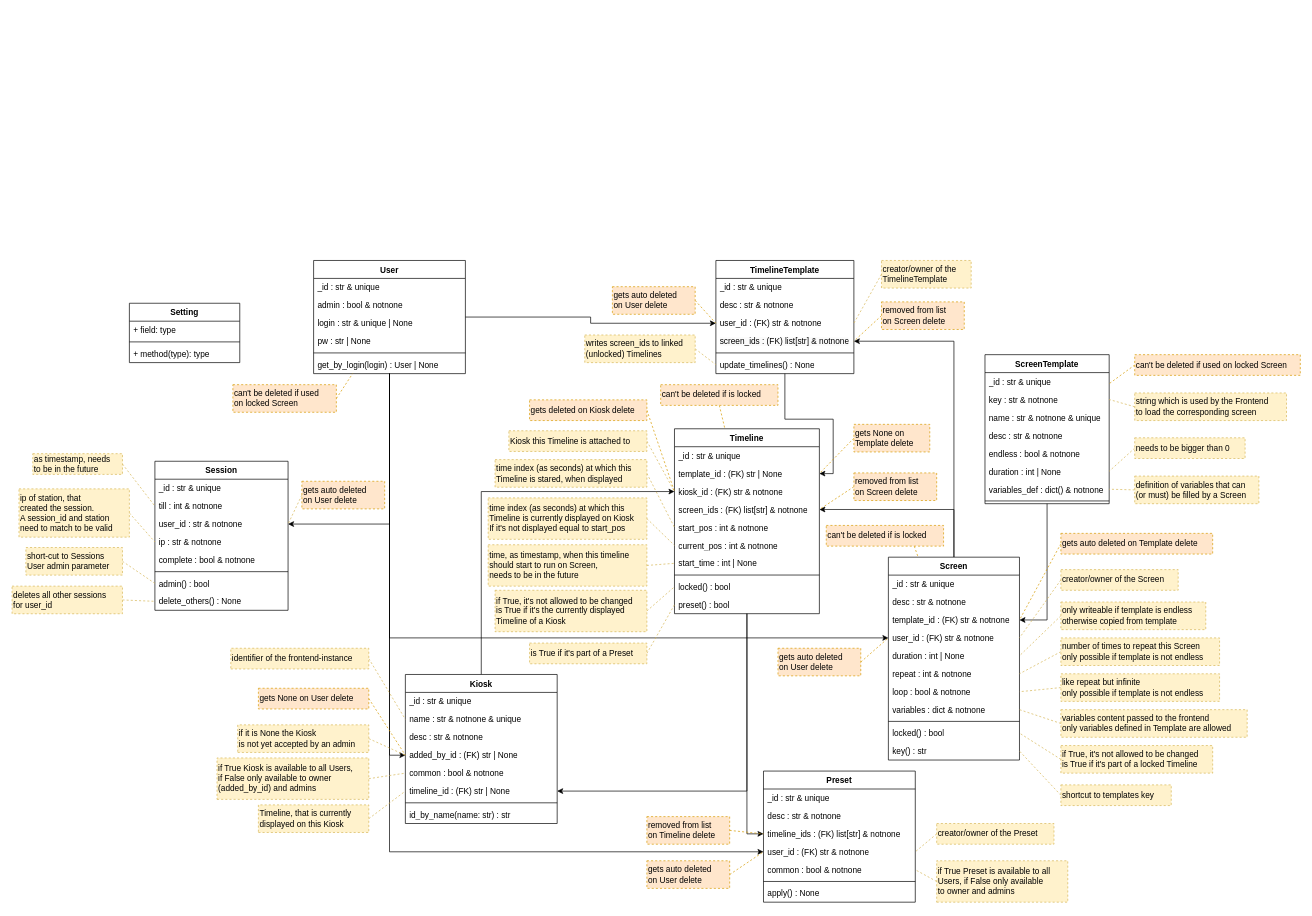
Above: docs/elements.drawio in nlptournament/nlpt-kiosk (draw.io), before the change. Source tidied: cells renumbered, new cells numbered last; positions are measured from the earlier drawing's top-left corner, leaving out a move shared by most shapes. Both pictures are drawn from the tidied source at 69%, with x=0, y=0 at pixel (12, 260).
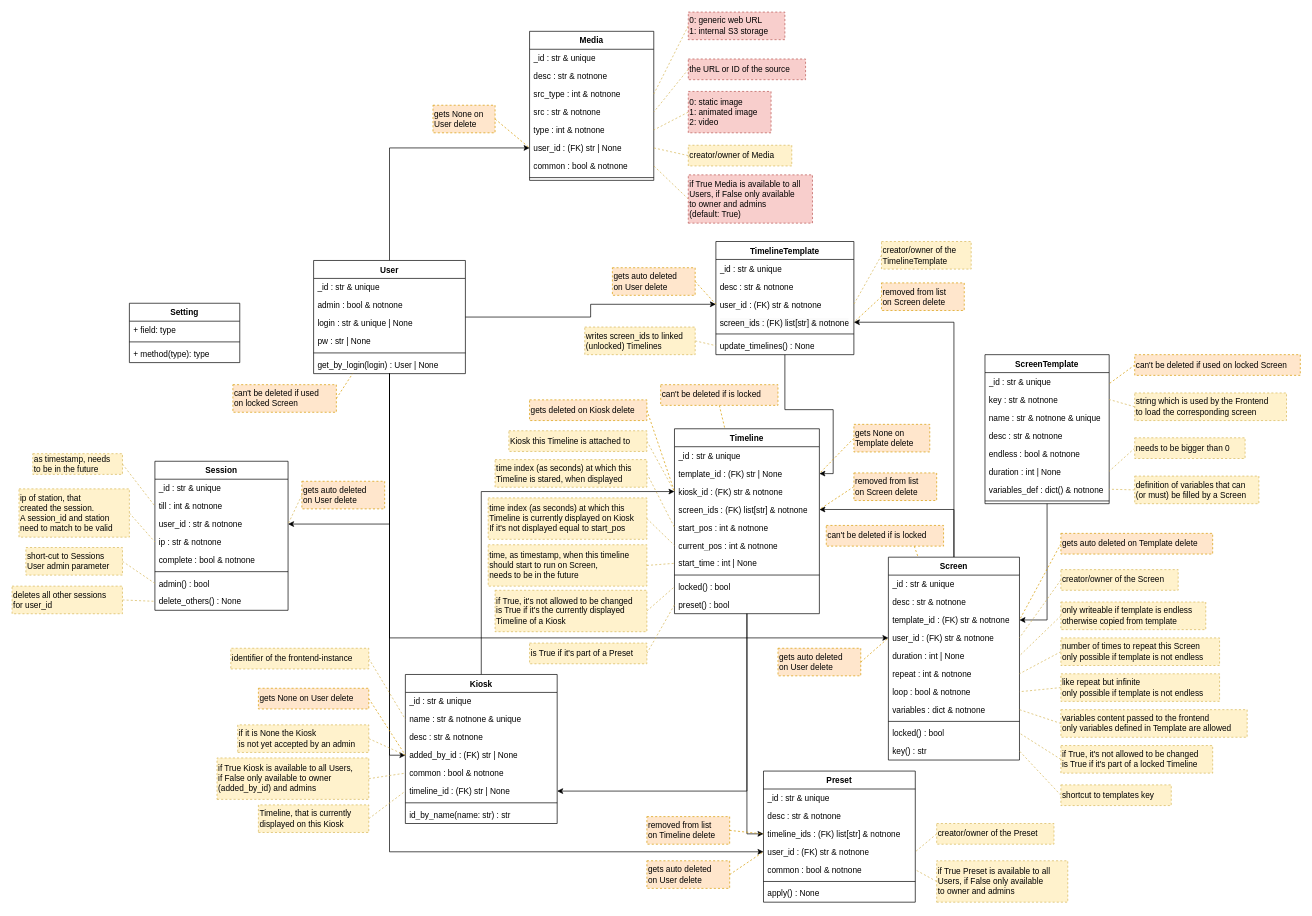
The same page after the edit.

Commit message (it also covers changes not shown here):
backend: body for Media element created

Unchanged cells that the change refers to:
```xml
<mxCell id="6" value="User" style="swimlane;fontStyle=1;align=center;verticalAlign=top;horizontal=1;startSize=26;" parent="1" vertex="1">
  <mxGeometry x="437" width="220" height="164" as="geometry" />
</mxCell>
```

Change to the diagram source:
```diff
@@
+    <mxCell id="176" style="edgeStyle=orthogonalEdgeStyle;rounded=0;jettySize=auto;html=1;" parent="1" edge="1" source="6" target="183">
+      <mxGeometry relative="1" as="geometry" />
+    </mxCell>
@@
     <mxCell id="48" value="TimelineTemplate" style="swimlane;fontStyle=1;align=center;verticalAlign=top;horizontal=1;startSize=26;whiteSpace=wrap;html=1;" parent="1" vertex="1">
-      <mxGeometry x="1020" width="200" height="164" as="geometry" />
+      <mxGeometry x="1020" y="-27.5" width="200" height="164" as="geometry" />
     </mxCell>
@@
     <mxCell id="133" value="&lt;div&gt;creator/owner of the&lt;/div&gt;&lt;div&gt;TimelineTemplate&lt;/div&gt;" style="rounded=0;whiteSpace=wrap;html=1;fillColor=#fff2cc;strokeColor=#d6b656;dashed=1;align=left;verticalAlign=middle;horizontal=1;labelPosition=center;verticalLabelPosition=middle;" parent="1" vertex="1">
-      <mxGeometry x="1260" width="130" height="40" as="geometry" />
+      <mxGeometry x="1260" y="-27.5" width="130" height="40" as="geometry" />
     </mxCell>
@@
     <mxCell id="151" value="gets auto deleted&lt;br&gt;on User delete" style="rounded=0;whiteSpace=wrap;html=1;fillColor=#ffe6cc;strokeColor=#d79b00;dashed=1;align=left;verticalAlign=middle;horizontal=1;labelPosition=center;verticalLabelPosition=middle;" parent="1" vertex="1">
-      <mxGeometry x="870" y="38" width="120" height="40" as="geometry" />
+      <mxGeometry x="870" y="10.5" width="120" height="40" as="geometry" />
     </mxCell>
@@
     <mxCell id="155" value="&lt;div&gt;writes screen_ids to&amp;nbsp;&lt;span style=&quot;background-color: initial;&quot;&gt;linked&lt;/span&gt;&lt;/div&gt;&lt;div&gt;&lt;span style=&quot;background-color: initial;&quot;&gt;(unlocked) Timelines&lt;/span&gt;&lt;/div&gt;" style="rounded=0;whiteSpace=wrap;html=1;fillColor=#fff2cc;strokeColor=#d6b656;dashed=1;align=left;verticalAlign=middle;horizontal=1;labelPosition=center;verticalLabelPosition=middle;" parent="1" vertex="1">
-      <mxGeometry x="830" y="108" width="160" height="40" as="geometry" />
+      <mxGeometry x="830" y="96.5" width="160" height="40" as="geometry" />
     </mxCell>
@@
     <mxCell id="163" value="removed from list&lt;div&gt;on Screen delete&lt;/div&gt;" style="rounded=0;whiteSpace=wrap;html=1;fillColor=#ffe6cc;strokeColor=#d79b00;dashed=1;align=left;verticalAlign=middle;horizontal=1;labelPosition=center;verticalLabelPosition=middle;" parent="1" vertex="1">
-      <mxGeometry x="1260" y="60" width="120" height="40" as="geometry" />
+      <mxGeometry x="1260" y="32.5" width="120" height="40" as="geometry" />
     </mxCell>
@@
+    <mxCell id="177" value="Media" style="swimlane;fontStyle=1;align=center;verticalAlign=top;horizontal=1;startSize=26;whiteSpace=wrap;html=1;" parent="1" vertex="1">
+      <mxGeometry x="750" y="-332.1" width="180" height="216" as="geometry" />
+    </mxCell>
+    <mxCell id="178" value="_id : str &amp;amp; unique" style="text;strokeColor=none;fillColor=none;align=left;verticalAlign=top;spacingLeft=4;spacingRight=4;overflow=hidden;whiteSpace=wrap;html=1;" parent="177" vertex="1">
+      <mxGeometry y="26" width="180" height="26" as="geometry" />
+    </mxCell>
+    <mxCell id="179" value="desc : str &amp;amp; notnone" style="text;strokeColor=none;fillColor=none;align=left;verticalAlign=top;spacingLeft=4;spacingRight=4;overflow=hidden;whiteSpace=wrap;html=1;" parent="177" vertex="1">
+      <mxGeometry y="52" width="180" height="26" as="geometry" />
+    </mxCell>
+    <mxCell id="180" value="src_type : int &amp;amp; notnone" style="text;strokeColor=none;fillColor=none;align=left;verticalAlign=top;spacingLeft=4;spacingRight=4;overflow=hidden;points=[[0,0.5],[1,0.5]];portConstraint=eastwest;whiteSpace=wrap;html=1;" parent="177" vertex="1">
+      <mxGeometry y="78" width="180" height="26" as="geometry" />
+    </mxCell>
+    <mxCell id="181" value="src : str &amp;amp; notnone" style="text;strokeColor=none;fillColor=none;align=left;verticalAlign=top;spacingLeft=4;spacingRight=4;overflow=hidden;points=[[0,0.5],[1,0.5]];portConstraint=eastwest;whiteSpace=wrap;html=1;" parent="177" vertex="1">
+      <mxGeometry y="104" width="180" height="26" as="geometry" />
+    </mxCell>
+    <mxCell id="182" value="type : int &amp;amp; notnone" style="text;strokeColor=none;fillColor=none;align=left;verticalAlign=top;spacingLeft=4;spacingRight=4;overflow=hidden;points=[[0,0.5],[1,0.5]];portConstraint=eastwest;whiteSpace=wrap;html=1;" parent="177" vertex="1">
+      <mxGeometry y="130" width="180" height="26" as="geometry" />
+    </mxCell>
+    <mxCell id="183" value="user_id : (FK) str | None" style="text;strokeColor=none;fillColor=none;align=left;verticalAlign=top;spacingLeft=4;spacingRight=4;overflow=hidden;points=[[0,0.5],[1,0.5]];portConstraint=eastwest;whiteSpace=wrap;html=1;" parent="177" vertex="1">
+      <mxGeometry y="156" width="180" height="26" as="geometry" />
+    </mxCell>
+    <mxCell id="184" value="common : bool &amp;amp; notnone" style="text;strokeColor=none;fillColor=none;align=left;verticalAlign=top;spacingLeft=4;spacingRight=4;overflow=hidden;points=[[0,0.5],[1,0.5]];portConstraint=eastwest;whiteSpace=wrap;html=1;" parent="177" vertex="1">
+      <mxGeometry y="182" width="180" height="26" as="geometry" />
+    </mxCell>
+    <mxCell id="185" style="line;strokeWidth=1;fillColor=none;align=left;verticalAlign=middle;spacingTop=-1;spacingLeft=3;spacingRight=3;labelPosition=right;strokeColor=inherit;" parent="177" vertex="1">
+      <mxGeometry y="208" width="180" height="8" as="geometry" />
+    </mxCell>
+    <mxCell id="186" style="rounded=0;jettySize=auto;html=1;exitX=0;exitY=0.5;exitDx=0;exitDy=0;entryX=1;entryY=0.5;entryDx=0;entryDy=0;dashed=1;endArrow=none;endFill=0;fillColor=#fff2cc;strokeColor=#d6b656;" parent="1" edge="1" source="187" target="180">
+      <mxGeometry relative="1" as="geometry" />
+    </mxCell>
+    <mxCell id="187" value="&lt;div&gt;0: generic web URL&lt;br&gt;1: internal S3 storage&lt;/div&gt;" style="rounded=0;whiteSpace=wrap;html=1;fillColor=#f8cecc;strokeColor=#b85450;dashed=1;align=left;verticalAlign=middle;horizontal=1;labelPosition=center;verticalLabelPosition=middle;" parent="1" vertex="1">
+      <mxGeometry x="980" y="-360" width="140" height="40" as="geometry" />
+    </mxCell>
+    <mxCell id="188" style="rounded=0;jettySize=auto;html=1;exitX=0;exitY=0.5;exitDx=0;exitDy=0;entryX=1;entryY=0.5;entryDx=0;entryDy=0;dashed=1;endArrow=none;endFill=0;fillColor=#fff2cc;strokeColor=#d6b656;" parent="1" edge="1" source="189" target="182">
+      <mxGeometry relative="1" as="geometry" />
+    </mxCell>
+    <mxCell id="189" value="&lt;div&gt;0: static image&lt;br&gt;1: animated image&lt;/div&gt;&lt;div&gt;2: video&lt;/div&gt;" style="rounded=0;whiteSpace=wrap;html=1;fillColor=#f8cecc;strokeColor=#b85450;dashed=1;align=left;verticalAlign=middle;horizontal=1;labelPosition=center;verticalLabelPosition=middle;" parent="1" vertex="1">
+      <mxGeometry x="980" y="-245" width="120" height="60" as="geometry" />
+    </mxCell>
+    <mxCell id="190" style="rounded=0;jettySize=auto;html=1;exitX=0;exitY=0.5;exitDx=0;exitDy=0;entryX=1;entryY=0.5;entryDx=0;entryDy=0;dashed=1;endArrow=none;endFill=0;fillColor=#fff2cc;strokeColor=#d6b656;" parent="1" edge="1" source="191" target="181">
+      <mxGeometry relative="1" as="geometry" />
+    </mxCell>
+    <mxCell id="191" value="&lt;div&gt;the URL or ID of the source&lt;/div&gt;" style="rounded=0;whiteSpace=wrap;html=1;fillColor=#f8cecc;strokeColor=#b85450;dashed=1;align=left;verticalAlign=middle;horizontal=1;labelPosition=center;verticalLabelPosition=middle;" parent="1" vertex="1">
+      <mxGeometry x="980" y="-292" width="170" height="30" as="geometry" />
+    </mxCell>
+    <mxCell id="192" style="rounded=0;jettySize=auto;html=1;exitX=0;exitY=0.5;exitDx=0;exitDy=0;entryX=1;entryY=0.5;entryDx=0;entryDy=0;dashed=1;endArrow=none;endFill=0;fillColor=#fff2cc;strokeColor=#d6b656;" parent="1" edge="1" source="193" target="184">
+      <mxGeometry relative="1" as="geometry" />
+    </mxCell>
+    <mxCell id="193" value="if True Media is available to&amp;nbsp;&lt;span style=&quot;background-color: initial;&quot;&gt;all&lt;/span&gt;&lt;div&gt;&lt;span style=&quot;background-color: initial;&quot;&gt;Users, if False only&amp;nbsp;&lt;/span&gt;&lt;span style=&quot;background-color: initial;&quot;&gt;available&lt;/span&gt;&lt;/div&gt;&lt;div&gt;&lt;span style=&quot;background-color: initial;&quot;&gt;to owner&amp;nbsp;&lt;/span&gt;&lt;span style=&quot;background-color: initial;&quot;&gt;and admins&lt;br&gt;(default: True)&lt;/span&gt;&lt;/div&gt;" style="rounded=0;whiteSpace=wrap;html=1;fillColor=#f8cecc;strokeColor=#b85450;dashed=1;align=left;verticalAlign=middle;horizontal=1;labelPosition=center;verticalLabelPosition=middle;flipV=1;" parent="1" vertex="1">
+      <mxGeometry x="980" y="-124.1" width="180" height="70" as="geometry" />
+    </mxCell>
+    <mxCell id="194" style="rounded=0;jettySize=auto;html=1;exitX=0;exitY=0.5;exitDx=0;exitDy=0;entryX=1;entryY=0.5;entryDx=0;entryDy=0;dashed=1;endArrow=none;endFill=0;fillColor=#fff2cc;strokeColor=#d6b656;" parent="1" edge="1" source="195" target="183">
+      <mxGeometry relative="1" as="geometry" />
+    </mxCell>
+    <mxCell id="195" value="&lt;div&gt;creator/owner of Media&lt;br&gt;&lt;/div&gt;" style="rounded=0;whiteSpace=wrap;html=1;fillColor=#fff2cc;strokeColor=#d6b656;dashed=1;align=left;verticalAlign=middle;horizontal=1;labelPosition=center;verticalLabelPosition=middle;" parent="1" vertex="1">
+      <mxGeometry x="980" y="-167" width="150" height="30" as="geometry" />
+    </mxCell>
+    <mxCell id="196" style="rounded=0;jettySize=auto;html=1;exitX=1;exitY=0.5;exitDx=0;exitDy=0;entryX=0;entryY=0.5;entryDx=0;entryDy=0;dashed=1;endArrow=none;endFill=0;fillColor=#ffe6cc;strokeColor=#d79b00;" parent="1" edge="1" source="197" target="183">
+      <mxGeometry relative="1" as="geometry" />
+    </mxCell>
+    <mxCell id="197" value="gets None on&lt;br&gt;User delete" style="rounded=0;whiteSpace=wrap;html=1;fillColor=#ffe6cc;strokeColor=#d79b00;dashed=1;align=left;verticalAlign=middle;horizontal=1;labelPosition=center;verticalLabelPosition=middle;" parent="1" vertex="1">
+      <mxGeometry x="610" y="-225" width="90" height="40" as="geometry" />
+    </mxCell>
```
